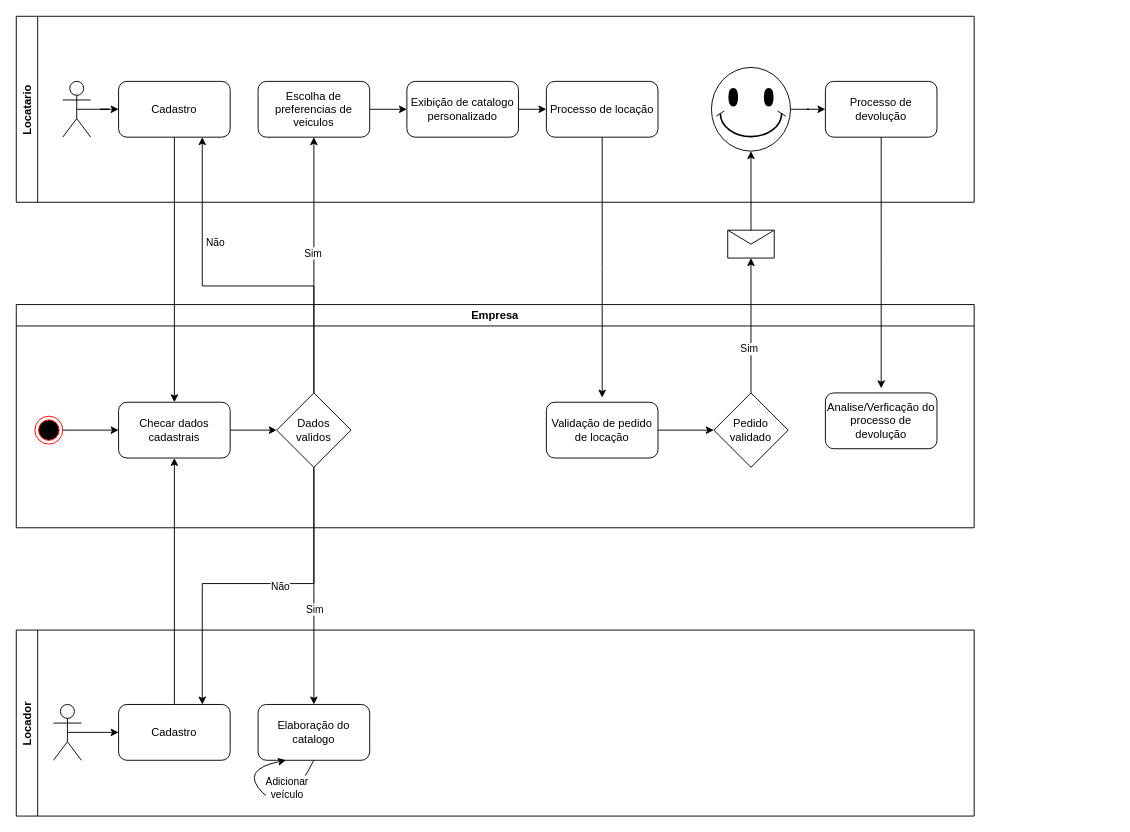
The draw.io diagram Untitled Diagram.drawio in patrickm97/Auto-Rent, before the edit. Source tidied: cells renumbered, new cells numbered last; positions are measured from the earlier drawing's top-left corner, leaving out a move shared by most shapes. Both pictures are drawn from the tidied source at 93%, with x=0, y=0 at pixel (16, 16).
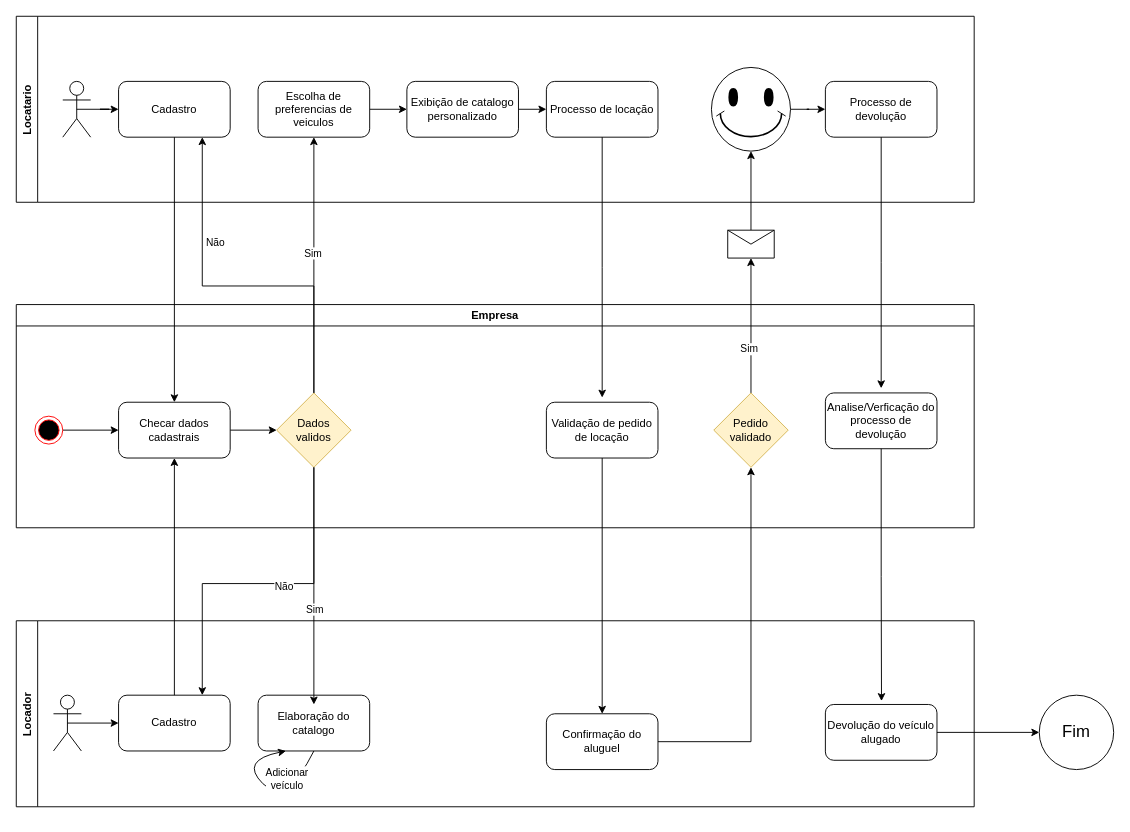
The same page after the edit.

Unchanged cells that the change refers to:
```xml
<mxCell id="21" value="Empresa" style="swimlane;" parent="1" vertex="1">
  <mxGeometry y="310" width="1030" height="240" as="geometry" />
</mxCell>
<mxCell id="28" value="Validação de pedido de locação" style="rounded=1;whiteSpace=wrap;html=1;" parent="21" vertex="1">
  <mxGeometry x="570" y="105" width="120" height="60" as="geometry" />
</mxCell>
<mxCell id="30" value="Analise/Verficação do processo de devolução" style="rounded=1;whiteSpace=wrap;html=1;gradientColor=#ffffff;" parent="21" vertex="1">
  <mxGeometry x="870" y="95" width="120" height="60" as="geometry" />
</mxCell>
```

What changed in the source:
```diff
@@
     <mxCell id="14" value="Locador" style="swimlane;horizontal=0;direction=east;" parent="1" vertex="1">
-      <mxGeometry y="660" width="1030" height="200" as="geometry" />
+      <mxGeometry y="650" width="1030" height="200" as="geometry" />
     </mxCell>
@@
+    <mxCell id="47" value="Confirmação do aluguel" style="rounded=1;whiteSpace=wrap;html=1;" parent="14" vertex="1">
+      <mxGeometry x="570" y="100" width="120" height="60" as="geometry" />
+    </mxCell>
+    <mxCell id="48" value="Devolução do veículo alugado" style="rounded=1;whiteSpace=wrap;html=1;" parent="14" vertex="1">
+      <mxGeometry x="870" y="90" width="120" height="60" as="geometry" />
+    </mxCell>
@@
-    <mxCell id="26" value="Dados &lt;br&gt;validos" style="rhombus;whiteSpace=wrap;html=1;" parent="21" vertex="1">
+    <mxCell id="26" value="Dados &lt;br&gt;validos" style="rhombus;whiteSpace=wrap;html=1;fillColor=#fff2cc;strokeColor=#d6b656;" parent="21" vertex="1">
       <mxGeometry x="280" y="95" width="80" height="80" as="geometry" />
     </mxCell>
-    <mxCell id="27" style="edgeStyle=orthogonalEdgeStyle;rounded=0;jettySize=auto;html=1;entryX=0;entryY=0.5;entryDx=0;entryDy=0;" parent="21" edge="1" source="28" target="29">
-      <mxGeometry relative="1" as="geometry" />
-    </mxCell>
@@
-    <mxCell id="29" value="Pedido&lt;br&gt;validado" style="rhombus;whiteSpace=wrap;html=1;" parent="21" vertex="1">
+    <mxCell id="29" value="Pedido&lt;br&gt;validado" style="rhombus;whiteSpace=wrap;html=1;fillColor=#fff2cc;strokeColor=#d6b656;" parent="21" vertex="1">
       <mxGeometry x="750" y="95" width="80" height="80" as="geometry" />
     </mxCell>
@@
+    <mxCell id="49" style="edgeStyle=orthogonalEdgeStyle;rounded=0;jettySize=auto;html=1;" parent="1" edge="1" source="28" target="47">
+      <mxGeometry relative="1" as="geometry" />
+    </mxCell>
+    <mxCell id="50" style="edgeStyle=orthogonalEdgeStyle;rounded=0;jettySize=auto;html=1;entryX=0.5;entryY=1;entryDx=0;entryDy=0;" parent="1" edge="1" source="47" target="29">
+      <mxGeometry relative="1" as="geometry" />
+    </mxCell>
+    <mxCell id="51" style="edgeStyle=orthogonalEdgeStyle;rounded=0;jettySize=auto;html=1;entryX=0.503;entryY=-0.061;entryDx=0;entryDy=0;entryPerimeter=0;" parent="1" edge="1" source="30" target="48">
+      <mxGeometry relative="1" as="geometry" />
+    </mxCell>
+    <mxCell id="52" value="Fim" style="ellipse;whiteSpace=wrap;html=1;fontSize=18;" parent="1" vertex="1">
+      <mxGeometry x="1100" y="730" width="80" height="80" as="geometry" />
+    </mxCell>
+    <mxCell id="53" style="edgeStyle=orthogonalEdgeStyle;rounded=0;jettySize=auto;html=1;entryX=0;entryY=0.5;entryDx=0;entryDy=0;" parent="1" edge="1" source="48" target="52">
+      <mxGeometry relative="1" as="geometry" />
+    </mxCell>
```
